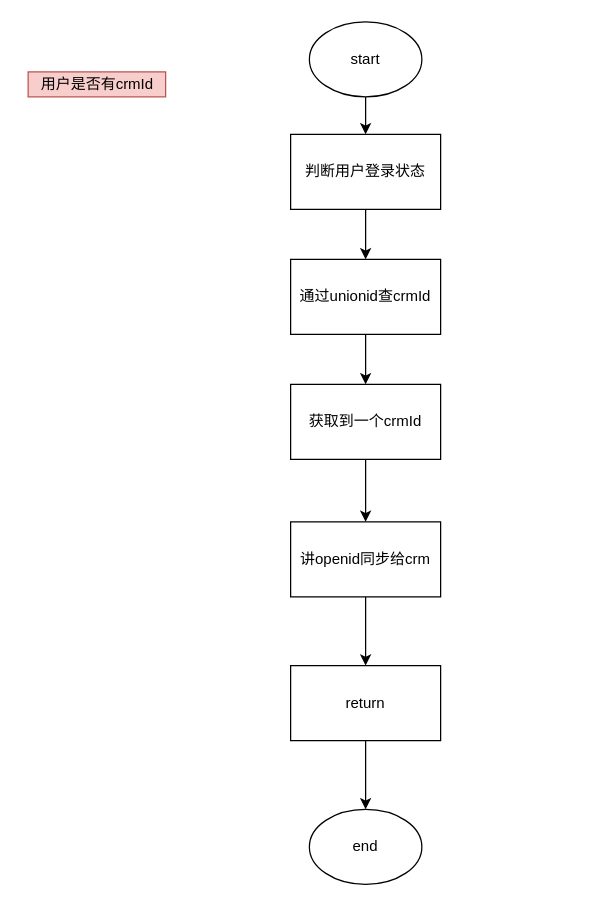
Above: miniprojectexistMember.drawio in FocusZhouGD/drawprogram (draw.io), before the change. Source tidied: cells renumbered, new cells numbered last; positions are measured from the earlier drawing's top-left corner, leaving out a move shared by most shapes. Both pictures are drawn from the tidied source at 125%, with x=0, y=0 at pixel (28, 21).
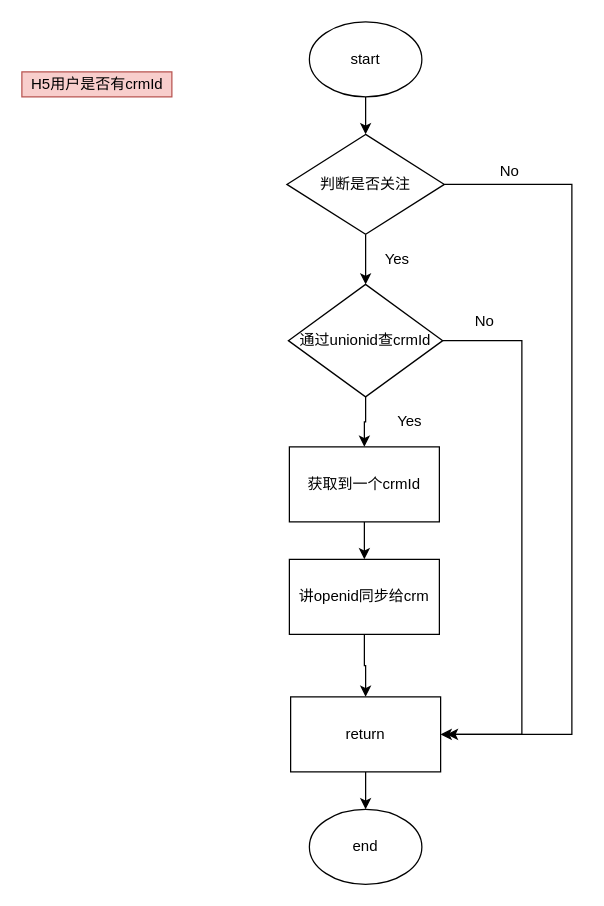
After the change.

Unchanged cells that the change refers to:
```xml
<mxCell id="3" value="start" style="ellipse;whiteSpace=wrap;html=1;" parent="1" vertex="1">
  <mxGeometry x="225" width="90" height="60" as="geometry" />
</mxCell>
```

Diff of the diagram source:
```diff
@@
-    <mxCell id="2" style="edgeStyle=orthogonalEdgeStyle;rounded=0;jettySize=auto;html=1;" parent="1" edge="1" source="3" target="15">
-      <mxGeometry relative="1" as="geometry" />
-    </mxCell>
+    <mxCell id="16" style="edgeStyle=orthogonalEdgeStyle;rounded=0;jettySize=auto;html=1;" parent="1" edge="1" source="3" target="19">
+      <mxGeometry relative="1" as="geometry" />
+    </mxCell>
@@
-    <mxCell id="4" style="edgeStyle=orthogonalEdgeStyle;rounded=0;jettySize=auto;html=1;" parent="1" edge="1" source="5" target="7">
-      <mxGeometry relative="1" as="geometry" />
-    </mxCell>
-    <mxCell id="5" value="通过unionid查crmId" style="rounded=0;whiteSpace=wrap;html=1;" parent="1" vertex="1">
-      <mxGeometry x="210" y="190" width="120" height="60" as="geometry" />
-    </mxCell>
@@
     <mxCell id="7" value="获取到一个crmId" style="rounded=0;whiteSpace=wrap;html=1;" parent="1" vertex="1">
-      <mxGeometry x="210" y="290" width="120" height="60" as="geometry" />
+      <mxGeometry x="209" y="340" width="120" height="60" as="geometry" />
     </mxCell>
@@
     <mxCell id="9" value="讲openid同步给crm" style="rounded=0;whiteSpace=wrap;html=1;" parent="1" vertex="1">
-      <mxGeometry x="210" y="400" width="120" height="60" as="geometry" />
+      <mxGeometry x="209" y="430" width="120" height="60" as="geometry" />
     </mxCell>
@@
     <mxCell id="11" value="return" style="rounded=0;whiteSpace=wrap;html=1;" parent="1" vertex="1">
-      <mxGeometry x="210" y="515" width="120" height="60" as="geometry" />
+      <mxGeometry x="210" y="540" width="120" height="60" as="geometry" />
     </mxCell>
@@
-    <mxCell id="13" value="用户是否有crmId" style="text;html=1;align=center;verticalAlign=middle;strokeColor=#b85450;fillColor=#f8cecc;" parent="1" vertex="1">
-      <mxGeometry y="40" width="110" height="20" as="geometry" />
+    <mxCell id="13" value="H5用户是否有crmId" style="text;html=1;align=center;verticalAlign=middle;strokeColor=#b85450;fillColor=#f8cecc;" parent="1" vertex="1">
+      <mxGeometry x="-5" y="40" width="120" height="20" as="geometry" />
     </mxCell>
-    <mxCell id="14" style="edgeStyle=orthogonalEdgeStyle;rounded=0;jettySize=auto;html=1;" parent="1" edge="1" source="15" target="5">
-      <mxGeometry relative="1" as="geometry" />
-    </mxCell>
-    <mxCell id="15" value="判断用户登录状态" style="rounded=0;whiteSpace=wrap;html=1;" parent="1" vertex="1">
-      <mxGeometry x="210" y="90" width="120" height="60" as="geometry" />
-    </mxCell>
+    <mxCell id="17" style="edgeStyle=orthogonalEdgeStyle;rounded=0;jettySize=auto;html=1;" parent="1" edge="1" source="19" target="5">
+      <mxGeometry relative="1" as="geometry" />
+    </mxCell>
+    <mxCell id="18" style="edgeStyle=orthogonalEdgeStyle;rounded=0;jettySize=auto;html=1;entryX=1;entryY=0.5;entryDx=0;entryDy=0;" parent="1" edge="1" source="19" target="11">
+      <mxGeometry relative="1" as="geometry">
+        <Array as="points">
+          <mxPoint x="435" y="130" />
+          <mxPoint x="435" y="570" />
+        </Array>
+      </mxGeometry>
+    </mxCell>
+    <mxCell id="19" value="判断是否关注" style="rhombus;whiteSpace=wrap;html=1;" parent="1" vertex="1">
+      <mxGeometry x="207" y="90" width="126" height="80" as="geometry" />
+    </mxCell>
+    <mxCell id="20" style="edgeStyle=orthogonalEdgeStyle;rounded=0;jettySize=auto;html=1;" parent="1" edge="1" source="5">
+      <mxGeometry relative="1" as="geometry">
+        <mxPoint x="335" y="570" as="targetPoint" />
+        <Array as="points">
+          <mxPoint x="395" y="255" />
+          <mxPoint x="395" y="570" />
+        </Array>
+      </mxGeometry>
+    </mxCell>
+    <mxCell id="4" style="edgeStyle=orthogonalEdgeStyle;rounded=0;jettySize=auto;html=1;" parent="1" edge="1" source="5" target="7">
+      <mxGeometry relative="1" as="geometry" />
+    </mxCell>
+    <mxCell id="5" value="&lt;span&gt;通过unionid查crmId&lt;/span&gt;" style="rhombus;whiteSpace=wrap;html=1;" parent="1" vertex="1">
+      <mxGeometry x="208.2" y="210" width="123.5" height="90" as="geometry" />
+    </mxCell>
+    <mxCell id="21" value="Yes" style="text;html=1;align=center;verticalAlign=middle;strokeColor=none;" parent="1" vertex="1">
+      <mxGeometry x="275" y="180" width="40" height="20" as="geometry" />
+    </mxCell>
+    <mxCell id="22" value="Yes" style="text;html=1;align=center;verticalAlign=middle;strokeColor=none;" parent="1" vertex="1">
+      <mxGeometry x="285" y="310" width="40" height="20" as="geometry" />
+    </mxCell>
+    <mxCell id="23" value="No" style="text;html=1;align=center;verticalAlign=middle;strokeColor=none;" parent="1" vertex="1">
+      <mxGeometry x="350" y="230" width="30" height="20" as="geometry" />
+    </mxCell>
+    <mxCell id="24" value="No" style="text;html=1;align=center;verticalAlign=middle;strokeColor=none;" parent="1" vertex="1">
+      <mxGeometry x="370" y="110" width="30" height="20" as="geometry" />
+    </mxCell>
```
